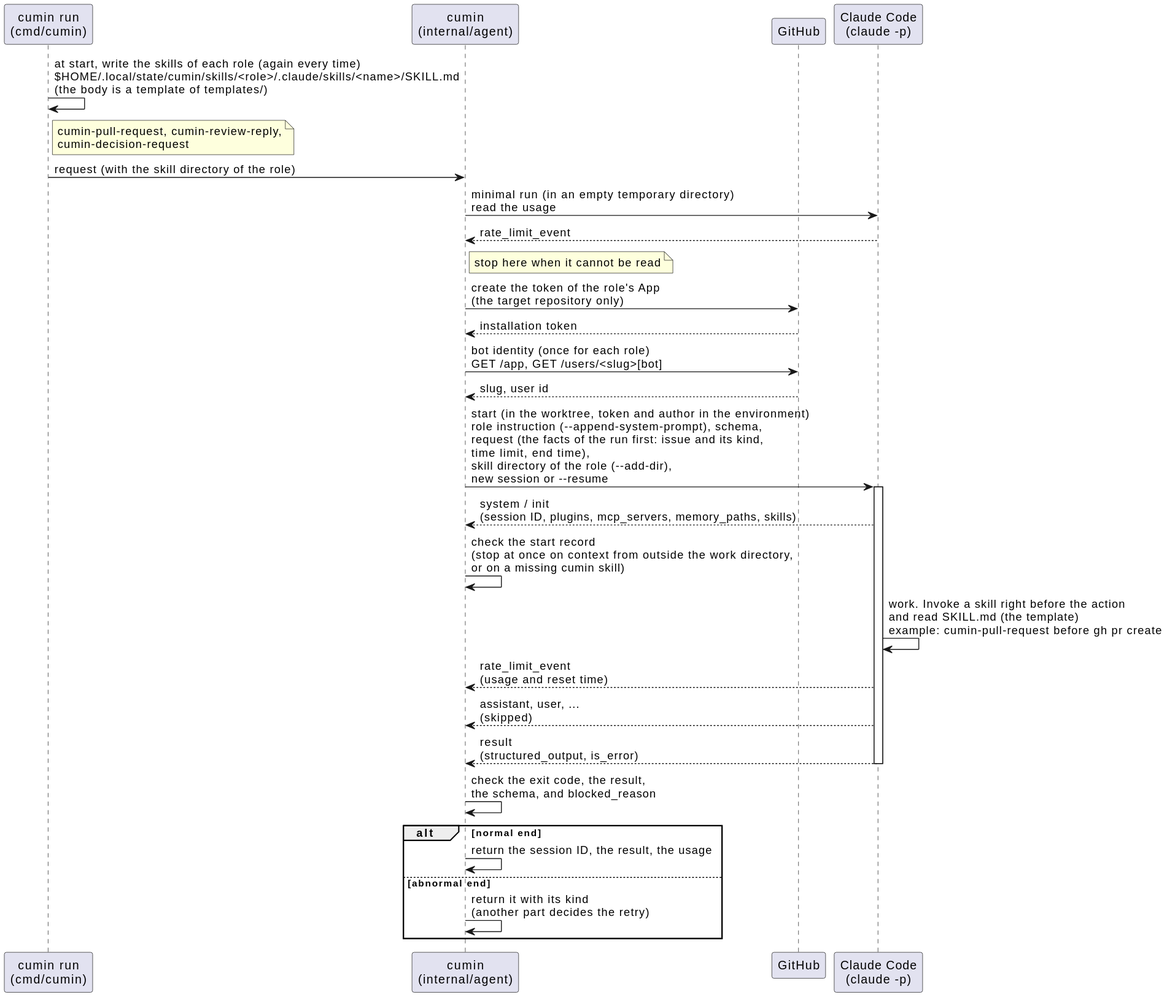
Before: docs/ja/designs/agent-run.svg, a diagram exported from PlantUML (cloveclovedev/cumin-works).
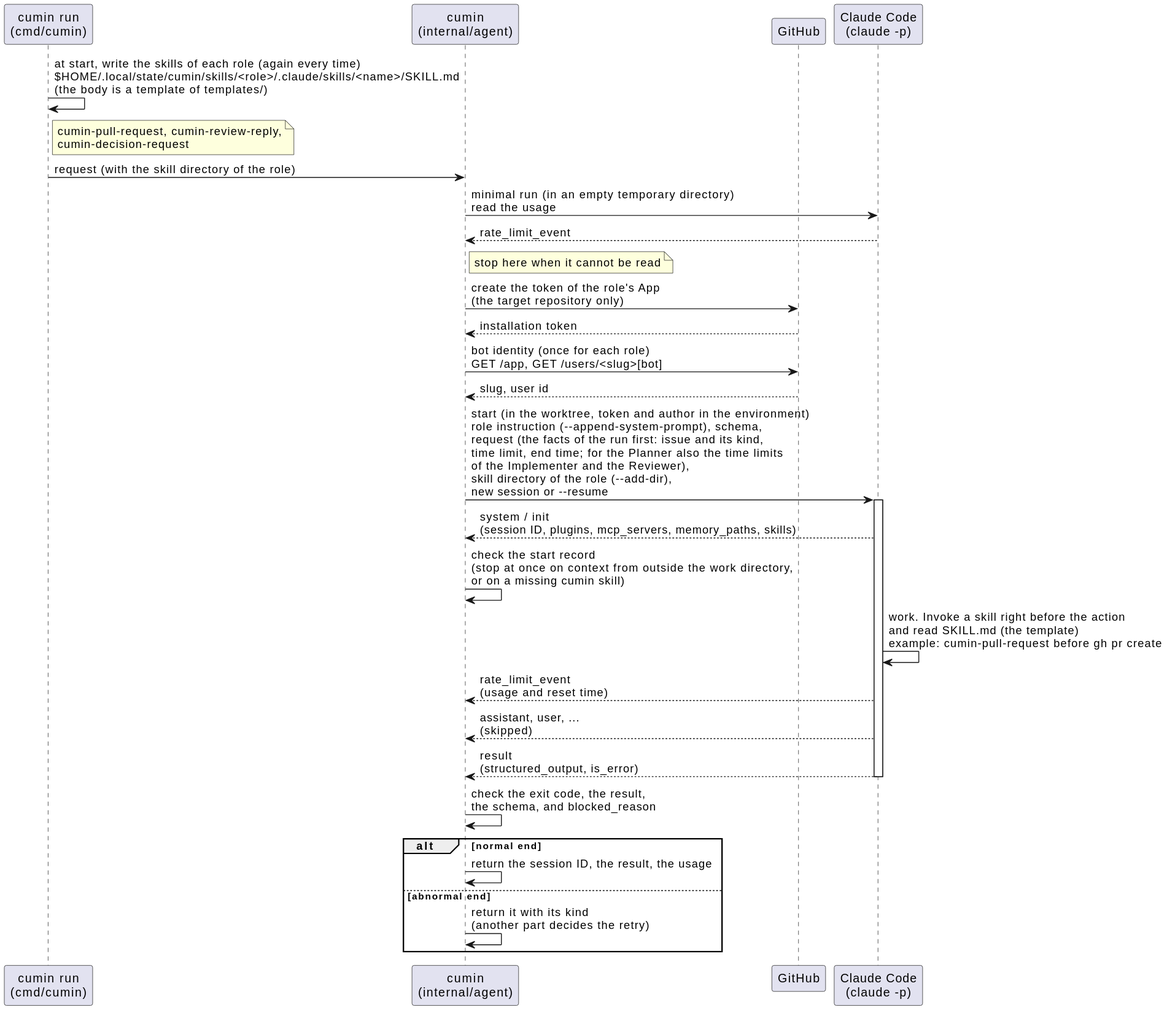
The same file after the commit.

Commit message:
feat(agent): name the time limits of the Implementer and the Reviewer in the start request of the Planner (#398)

Change to the diagram source:
```diff
@@ -20,7 +20,7 @@
 cumin -> github : bot identity (once for each role)\nGET /app, GET /users/<slug>[bot]
 github --> cumin : slug, user id
 
-cumin -> claude : start (in the worktree, token and author in the environment)\nrole instruction (--append-system-prompt), schema,\nrequest (the facts of the run first: issue and its kind,\ntime limit, end time),\nskill directory of the role (--add-dir),\nnew session or --resume
+cumin -> claude : start (in the worktree, token and author in the environment)\nrole instruction (--append-system-prompt), schema,\nrequest (the facts of the run first: issue and its kind,\ntime limit, end time; for the Planner also the time limits\nof the Implementer and the Reviewer),\nskill directory of the role (--add-dir),\nnew session or --resume
 activate claude
 claude --> cumin : system / init\n(session ID, plugins, mcp_servers, memory_paths, skills)
 cumin -> cumin : check the start record\n(stop at once on context from outside the work directory,\nor on a missing cumin skill)
```
